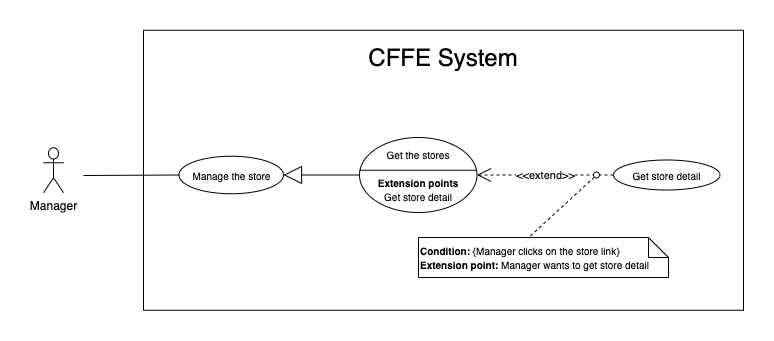
Above: Users/HuuDN/UsecaseDiagram/Admin/Overview-GetStoreDetail.png in luannmdev/CapstoneDocument (draw.io), before the change. Source tidied: cells renumbered, new cells last; positions are measured from the earlier drawing's top-left corner, leaving out a move shared by most shapes. Its diagram source:
```xml
<mxGraphModel>
  <root>
    <mxCell id="0" />
    <mxCell id="1" parent="0" />
    <mxCell id="2" style="rounded=0;whiteSpace=wrap;html=1;" parent="1" vertex="1">
      <mxGeometry x="100" y="-0.2" width="600" height="280" as="geometry" />
    </mxCell>
    <mxCell id="3" value="&lt;span style=&quot;font-size: 24px&quot;&gt;CFFE System&lt;/span&gt;" style="text;html=1;strokeColor=none;fillColor=none;align=center;verticalAlign=middle;whiteSpace=wrap;rounded=0;" parent="1" vertex="1">
      <mxGeometry x="235" y="17" width="330" height="20" as="geometry" />
    </mxCell>
    <mxCell id="4" value="Manager" style="shape=umlActor;verticalLabelPosition=bottom;verticalAlign=top;html=1;" parent="1" vertex="1">
      <mxGeometry y="117.2" width="20" height="45" as="geometry" />
    </mxCell>
    <mxCell id="5" style="endArrow=none;html=1;rounded=0;exitX=0;exitY=0.5;exitDx=0;exitDy=0;" parent="1" edge="1" source="13">
      <mxGeometry relative="1" as="geometry">
        <mxPoint x="40" y="145" as="targetPoint" />
      </mxGeometry>
    </mxCell>
    <mxCell id="6" value="&lt;font style=&quot;font-size: 10px&quot;&gt;Get the stores&lt;br&gt;&lt;br&gt;&lt;b&gt;Extension points&lt;/b&gt;&lt;br&gt;Get store detail&lt;br&gt;&lt;/font&gt;" style="ellipse;whiteSpace=wrap;html=1;" parent="1" vertex="1">
      <mxGeometry x="316" y="107" width="117.5" height="75" as="geometry" />
    </mxCell>
    <mxCell id="7" style="line;strokeWidth=1;fillColor=none;align=left;verticalAlign=middle;spacingTop=-1;spacingLeft=3;spacingRight=3;labelPosition=right;fontSize=18;" parent="1" vertex="1">
      <mxGeometry x="316" y="135.8" width="117" height="8" as="geometry" />
    </mxCell>
    <mxCell id="8" value="&lt;font style=&quot;font-size: 10px&quot;&gt;Get store detail&lt;br&gt;&lt;/font&gt;" style="ellipse;whiteSpace=wrap;html=1;" parent="1" vertex="1">
      <mxGeometry x="570" y="129.5" width="106.5" height="30" as="geometry" />
    </mxCell>
    <mxCell id="9" value="&amp;lt;&amp;lt;extend&amp;gt;&amp;gt;" style="endArrow=open;endSize=12;dashed=1;html=1;exitX=0;exitY=0.5;exitDx=0;exitDy=0;" parent="1" edge="1" source="8" target="6">
      <mxGeometry relative="1" as="geometry" />
    </mxCell>
    <mxCell id="10" value="&lt;font style=&quot;font-size: 10px&quot;&gt;&lt;b&gt;Condition: &lt;/b&gt;{Manager clicks on the&amp;nbsp;&lt;span style=&quot;text-align: center&quot;&gt;store&lt;/span&gt;&amp;nbsp;link}&lt;br&gt;&lt;b&gt;Extension point:&amp;nbsp;&lt;/b&gt;Manager&amp;nbsp;wants to get&amp;nbsp;&lt;span style=&quot;text-align: center&quot;&gt;store&lt;/span&gt;&amp;nbsp;detail&lt;/font&gt;" style="shape=note;size=20;whiteSpace=wrap;html=1;align=left;" parent="1" vertex="1">
      <mxGeometry x="375" y="207" width="250" height="40" as="geometry" />
    </mxCell>
    <mxCell id="11" style="endArrow=none;dashed=1;html=1;entryX=0.441;entryY=0;entryDx=0;entryDy=0;entryPerimeter=0;exitX=0;exitY=1;exitDx=0;exitDy=0;" parent="1" edge="1" source="12" target="10">
      <mxGeometry relative="1" as="geometry" />
    </mxCell>
    <mxCell id="12" style="ellipse;whiteSpace=wrap;html=1;" parent="1" vertex="1">
      <mxGeometry x="550" y="141.5" width="6" height="6" as="geometry" />
    </mxCell>
    <mxCell id="13" value="&lt;font style=&quot;font-size: 10px&quot;&gt;Manage the store&lt;br&gt;&lt;/font&gt;" style="ellipse;whiteSpace=wrap;html=1;" parent="1" vertex="1">
      <mxGeometry x="135.5" y="125.8" width="104.5" height="37.5" as="geometry" />
    </mxCell>
    <mxCell id="14" style="endArrow=block;endSize=16;endFill=0;html=1;exitX=0;exitY=0.5;exitDx=0;exitDy=0;entryX=1;entryY=0.5;entryDx=0;entryDy=0;" parent="1" edge="1" source="6" target="13">
      <mxGeometry relative="1" as="geometry" />
    </mxCell>
  </root>
</mxGraphModel>
```
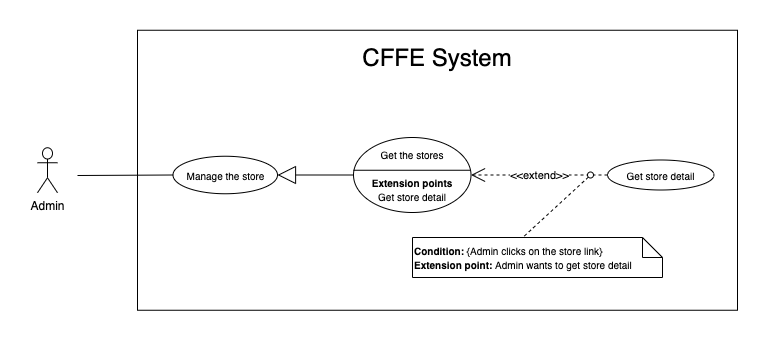
The same diagram one commit later.

What changed in the source:
```diff
@@ -8,7 +8,7 @@
     <mxCell id="3" value="&lt;span style=&quot;font-size: 24px&quot;&gt;CFFE System&lt;/span&gt;" style="text;html=1;strokeColor=none;fillColor=none;align=center;verticalAlign=middle;whiteSpace=wrap;rounded=0;" parent="1" vertex="1">
       <mxGeometry x="235" y="17" width="330" height="20" as="geometry" />
     </mxCell>
-    <mxCell id="4" value="Manager" style="shape=umlActor;verticalLabelPosition=bottom;verticalAlign=top;html=1;" parent="1" vertex="1">
+    <mxCell id="4" value="Admin" style="shape=umlActor;verticalLabelPosition=bottom;verticalAlign=top;html=1;" parent="1" vertex="1">
       <mxGeometry y="117.2" width="20" height="45" as="geometry" />
     </mxCell>
     <mxCell id="5" style="endArrow=none;html=1;rounded=0;exitX=0;exitY=0.5;exitDx=0;exitDy=0;" parent="1" edge="1" source="13">
@@ -28,7 +28,7 @@
     <mxCell id="9" value="&amp;lt;&amp;lt;extend&amp;gt;&amp;gt;" style="endArrow=open;endSize=12;dashed=1;html=1;exitX=0;exitY=0.5;exitDx=0;exitDy=0;" parent="1" edge="1" source="8" target="6">
       <mxGeometry relative="1" as="geometry" />
     </mxCell>
-    <mxCell id="10" value="&lt;font style=&quot;font-size: 10px&quot;&gt;&lt;b&gt;Condition: &lt;/b&gt;{Manager clicks on the&amp;nbsp;&lt;span style=&quot;text-align: center&quot;&gt;store&lt;/span&gt;&amp;nbsp;link}&lt;br&gt;&lt;b&gt;Extension point:&amp;nbsp;&lt;/b&gt;Manager&amp;nbsp;wants to get&amp;nbsp;&lt;span style=&quot;text-align: center&quot;&gt;store&lt;/span&gt;&amp;nbsp;detail&lt;/font&gt;" style="shape=note;size=20;whiteSpace=wrap;html=1;align=left;" parent="1" vertex="1">
+    <mxCell id="10" value="&lt;font style=&quot;font-size: 10px&quot;&gt;&lt;b&gt;Condition: &lt;/b&gt;{Admin clicks on the&amp;nbsp;&lt;span style=&quot;text-align: center&quot;&gt;store&lt;/span&gt;&amp;nbsp;link}&lt;br&gt;&lt;b&gt;Extension point:&amp;nbsp;&lt;/b&gt;Admin wants to get&amp;nbsp;&lt;span style=&quot;text-align: center&quot;&gt;store&lt;/span&gt;&amp;nbsp;detail&lt;/font&gt;" style="shape=note;size=20;whiteSpace=wrap;html=1;align=left;" parent="1" vertex="1">
       <mxGeometry x="375" y="207" width="250" height="40" as="geometry" />
     </mxCell>
     <mxCell id="11" style="endArrow=none;dashed=1;html=1;entryX=0.441;entryY=0;entryDx=0;entryDy=0;entryPerimeter=0;exitX=0;exitY=1;exitDx=0;exitDy=0;" parent="1" edge="1" source="12" target="10">
```
